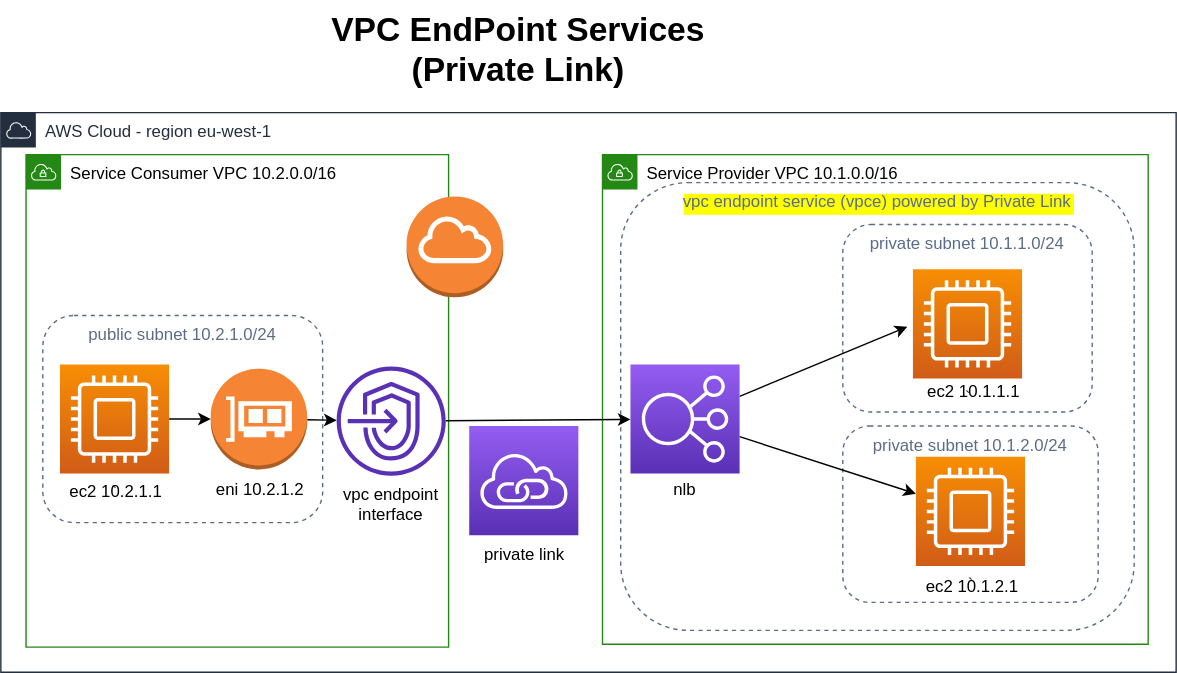
The draw.io diagram VPC Endpoint Service.svg in mjheitland/tfvpce, before a commit. Source tidied: cells renumbered, new cells last; positions are measured from the earlier drawing's top-left corner, leaving out a move shared by most shapes.
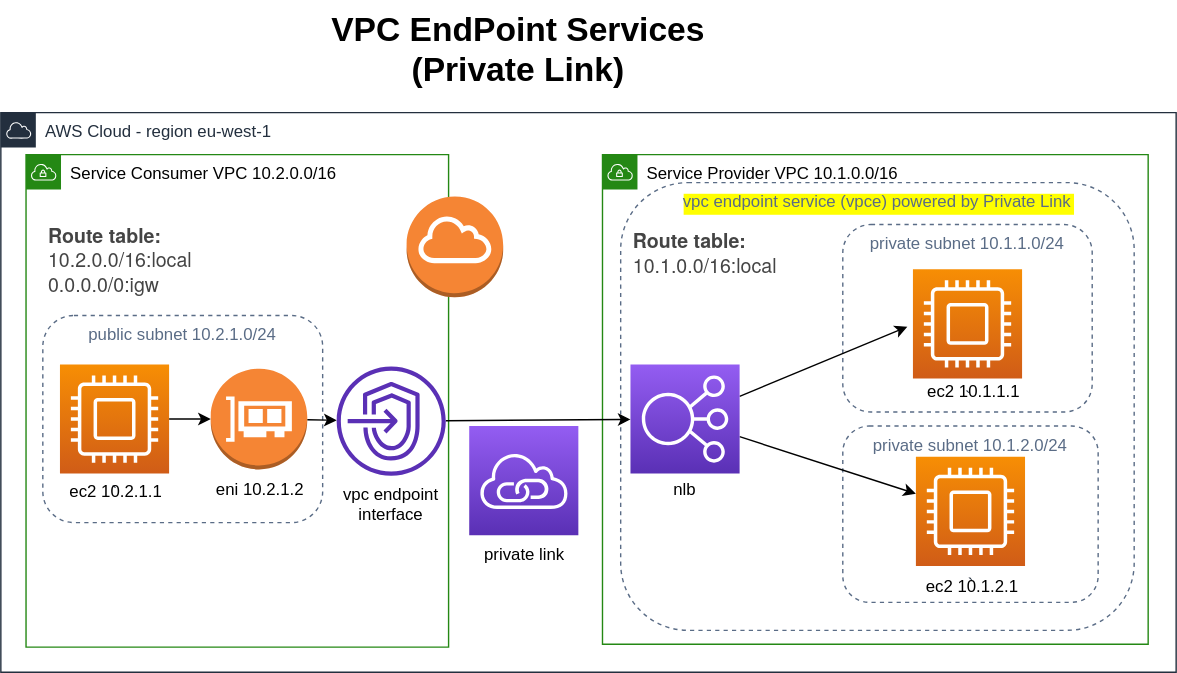
After the change.

Change to the diagram source:
```diff
@@ -89,5 +89,11 @@
     <mxCell id="30" style="dashed=0;verticalLabelPosition=bottom;verticalAlign=top;align=center;html=1;shape=mxgraph.aws3.internet_gateway;fillColor=#F58534;gradientColor=none;rounded=1;labelBackgroundColor=#FFFF00;" parent="1" vertex="1">
       <mxGeometry x="290" y="140" width="69" height="72" as="geometry" />
     </mxCell>
+    <mxCell id="31" value="&lt;div style=&quot;text-align: left&quot;&gt;&lt;b style=&quot;color: rgb(68 , 68 , 68) ; font-family: &amp;quot;helvetica neue&amp;quot; , &amp;quot;roboto&amp;quot; , &amp;quot;arial&amp;quot; , sans-serif ; font-size: 14px ; white-space: normal&quot;&gt;Route table:&lt;/b&gt;&lt;/div&gt;&lt;span style=&quot;color: rgb(68 , 68 , 68) ; font-family: &amp;quot;helvetica neue&amp;quot; , &amp;quot;roboto&amp;quot; , &amp;quot;arial&amp;quot; , sans-serif ; font-size: 14px ; white-space: normal&quot;&gt;10.2.0.0/16:local&lt;br&gt;&lt;div style=&quot;text-align: left&quot;&gt;0.0.0.0/0:igw&lt;/div&gt;&lt;/span&gt;" style="text;html=1;align=center;verticalAlign=middle;fillColor=none;strokeColor=none;rounded=0;dashed=1;labelBackgroundColor=none;" parent="1" vertex="1">
+      <mxGeometry x="24.5" y="160" width="120" height="50" as="geometry" />
+    </mxCell>
+    <mxCell id="32" value="&lt;div style=&quot;text-align: left&quot;&gt;&lt;b style=&quot;color: rgb(68 , 68 , 68) ; font-family: &amp;quot;helvetica neue&amp;quot; , &amp;quot;roboto&amp;quot; , &amp;quot;arial&amp;quot; , sans-serif ; font-size: 14px ; white-space: normal&quot;&gt;Route table:&lt;/b&gt;&lt;/div&gt;&lt;span style=&quot;color: rgb(68 , 68 , 68) ; font-family: &amp;quot;helvetica neue&amp;quot; , &amp;quot;roboto&amp;quot; , &amp;quot;arial&amp;quot; , sans-serif ; font-size: 14px ; white-space: normal&quot;&gt;10.1.0.0/16:local&lt;br&gt;&lt;/span&gt;" style="text;html=1;align=center;verticalAlign=middle;fillColor=none;strokeColor=none;rounded=0;dashed=1;labelBackgroundColor=none;" parent="1" vertex="1">
+      <mxGeometry x="443" y="160" width="120" height="40" as="geometry" />
+    </mxCell>
   </root>
 </mxGraphModel>
```
